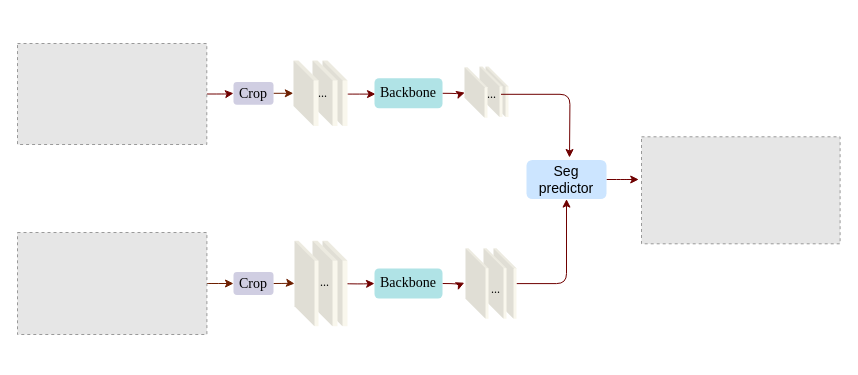
This is Untitled Diagram.drawio from zlj199502/siamfc_pytorch, a draw.io file, before an edit. Source tidied: cells renumbered, new cells numbered last; positions are measured from the earlier drawing's top-left corner, leaving out a move shared by most shapes. Both pictures are drawn from the tidied source at 100%, with x=0, y=0 at pixel (17, 43). Pictures stored in the file or linked from it are replaced by grey dashed boxes.
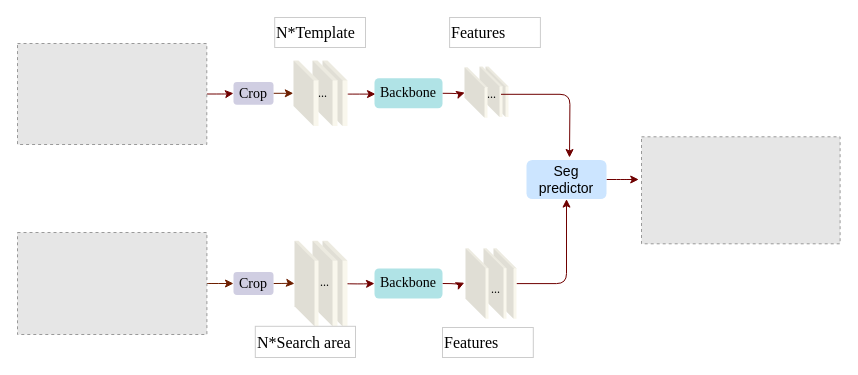
The same page after the edit.

Diff of the diagram source:
```diff
@@
+    <mxCell id="37" value="&lt;p style=&quot;line-height: normal ; margin-top: 0pt ; margin-bottom: 0pt ; margin-left: 0in ; margin-right: 0in ; text-indent: 0in ; text-align: center ; direction: ltr ; unicode-bidi: embed ; word-break: normal&quot;&gt;&lt;span style=&quot;font-family: &amp;#34;times new roman&amp;#34; ; font-variant: normal ; color: black ; text-transform: none ; letter-spacing: 0pt ; font-weight: normal ; font-style: normal ; vertical-align: baseline&quot;&gt;&lt;font style=&quot;font-size: 16px&quot;&gt;N*Template&lt;/font&gt;&lt;/span&gt;&lt;/p&gt;" style="text;whiteSpace=wrap;html=1;fontColor=#ffffff;strokeColor=#CCCCCC;" parent="1" vertex="1">
+      <mxGeometry x="257.2" y="-26" width="90.8" height="30" as="geometry" />
+    </mxCell>
+    <mxCell id="38" value="&lt;span style=&quot;font-family: &amp;#34;times new roman&amp;#34; ; font-variant: normal ; color: black ; text-transform: none ; letter-spacing: 0pt ; font-weight: normal ; font-style: normal ; vertical-align: baseline&quot;&gt;&lt;font style=&quot;font-size: 16px&quot;&gt;N*Search area&lt;/font&gt;&lt;br&gt;&lt;/span&gt;" style="text;whiteSpace=wrap;html=1;strokeColor=#CCCCCC;" parent="1" vertex="1">
+      <mxGeometry x="237.8" y="282.8" width="100.2" height="31.2" as="geometry" />
+    </mxCell>
+    <mxCell id="39" value="&lt;p style=&quot;line-height: normal ; margin-top: 0pt ; margin-bottom: 0pt ; margin-left: 0in ; margin-right: 0in ; text-indent: 0in ; text-align: center ; direction: ltr ; unicode-bidi: embed ; word-break: normal&quot;&gt;&lt;span style=&quot;font-family: &amp;#34;times new roman&amp;#34; ; font-variant: normal ; color: black ; text-transform: none ; letter-spacing: 0pt ; font-weight: normal ; font-style: normal ; vertical-align: baseline&quot;&gt;&lt;font style=&quot;font-size: 16px&quot;&gt;Features&lt;/font&gt;&lt;/span&gt;&lt;/p&gt;" style="text;whiteSpace=wrap;html=1;fontColor=#ffffff;strokeColor=#CCCCCC;" parent="1" vertex="1">
+      <mxGeometry x="432.1" y="-26" width="90.8" height="30" as="geometry" />
+    </mxCell>
+    <mxCell id="40" value="&lt;p style=&quot;line-height: normal ; margin-top: 0pt ; margin-bottom: 0pt ; margin-left: 0in ; margin-right: 0in ; text-indent: 0in ; text-align: center ; direction: ltr ; unicode-bidi: embed ; word-break: normal&quot;&gt;&lt;span style=&quot;font-family: &amp;#34;times new roman&amp;#34; ; font-variant: normal ; color: black ; text-transform: none ; letter-spacing: 0pt ; font-weight: normal ; font-style: normal ; vertical-align: baseline&quot;&gt;&lt;font style=&quot;font-size: 16px&quot;&gt;Features&lt;/font&gt;&lt;/span&gt;&lt;/p&gt;" style="text;whiteSpace=wrap;html=1;fontColor=#ffffff;strokeColor=#CCCCCC;" parent="1" vertex="1">
+      <mxGeometry x="425" y="284" width="90.8" height="30" as="geometry" />
+    </mxCell>
```
